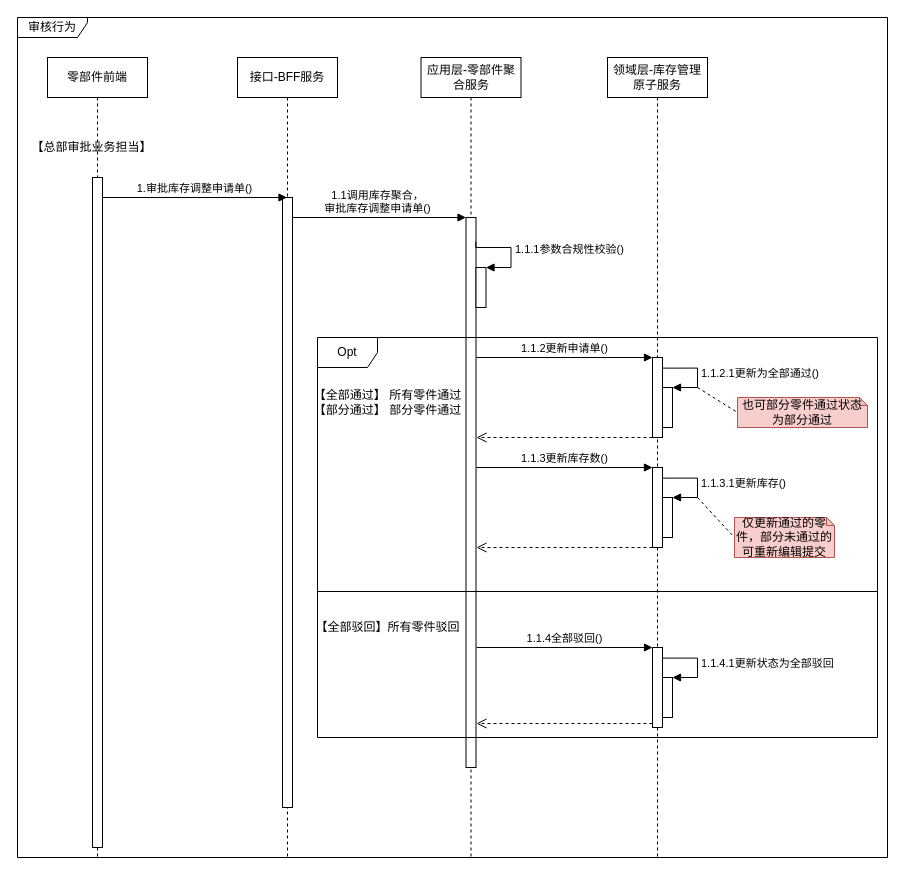
The draw.io diagram page "审核-行为图" (2 of 4) of 库存调整申请单.drawio in 1132489442/gitRepository1, before the edit. Source tidied: cells renumbered, new cells numbered last; positions are measured from the earlier drawing's top-left corner, leaving out a move shared by most shapes. Both pictures are drawn from the tidied source at 100%, with x=0, y=0 at pixel (17, 17).
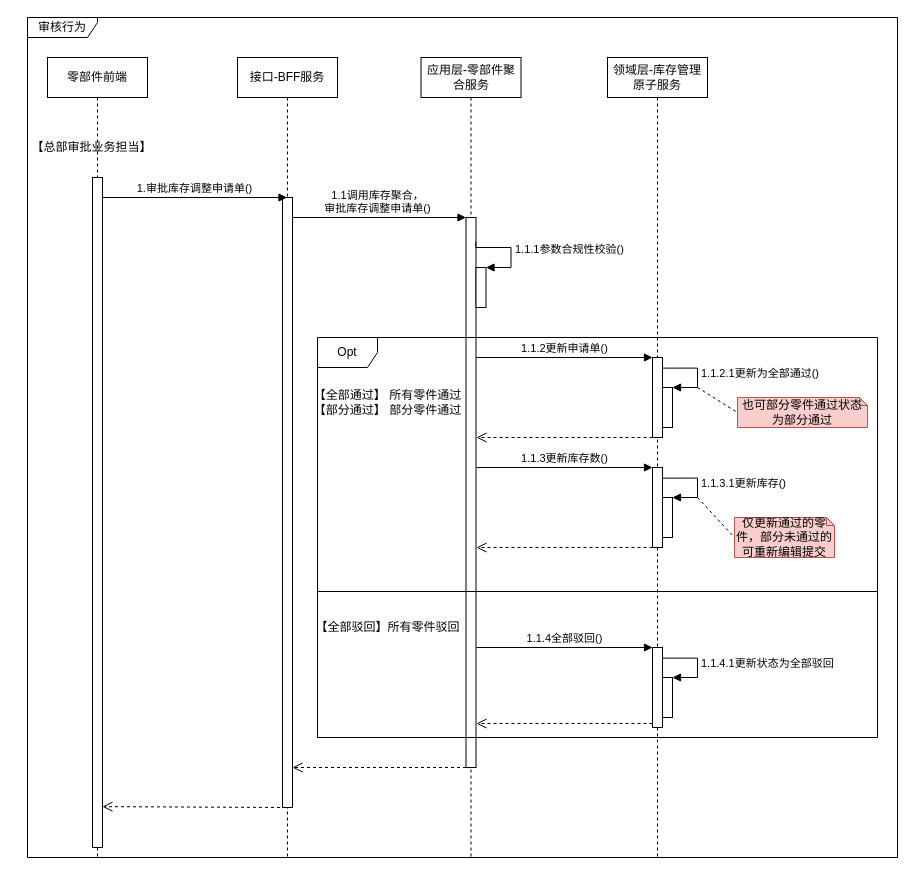
The same page after the edit.

Unchanged cells that the change refers to:
```xml
<mxCell id="3" style="html=1;points=[];perimeter=orthogonalPerimeter;fillColor=#FFFFFF;" parent="2" vertex="1">
  <mxGeometry x="45" y="120" width="10" height="670" as="geometry" />
</mxCell>
<mxCell id="4" value="应用层-零部件聚合服务" style="shape=umlLifeline;perimeter=lifelinePerimeter;whiteSpace=wrap;html=1;labelBackgroundColor=#FFFFFF;strokeColor=default;fillColor=default;" parent="1" vertex="1">
  <mxGeometry x="403.5" y="40" width="100" height="800" as="geometry" />
</mxCell>
<mxCell id="14" style="html=1;points=[];perimeter=orthogonalPerimeter;fillColor=#FFFFFF;" parent="13" vertex="1">
  <mxGeometry x="45" y="140" width="10" height="610" as="geometry" />
</mxCell>
```

Change to the diagram source:
```diff
@@
+    <mxCell id="38" style="html=1;verticalAlign=bottom;endArrow=open;dashed=1;endSize=8;rounded=0;" parent="4" edge="1" target="14">
+      <mxGeometry relative="1" as="geometry">
+        <mxPoint x="45" y="710" as="sourcePoint" />
+      </mxGeometry>
+    </mxCell>
@@
     <mxCell id="37" value="审核行为" style="shape=umlFrame;whiteSpace=wrap;html=1;width=70;height=20;" parent="1" vertex="1">
-      <mxGeometry width="870" height="840" as="geometry" />
+      <mxGeometry x="10" width="870" height="840" as="geometry" />
     </mxCell>
+    <mxCell id="39" style="html=1;verticalAlign=bottom;endArrow=open;dashed=1;endSize=8;rounded=0;entryX=0.997;entryY=0.939;entryDx=0;entryDy=0;entryPerimeter=0;" parent="1" edge="1" target="3">
+      <mxGeometry relative="1" as="geometry">
+        <mxPoint x="268.5" y="790" as="sourcePoint" />
+      </mxGeometry>
+    </mxCell>
```
